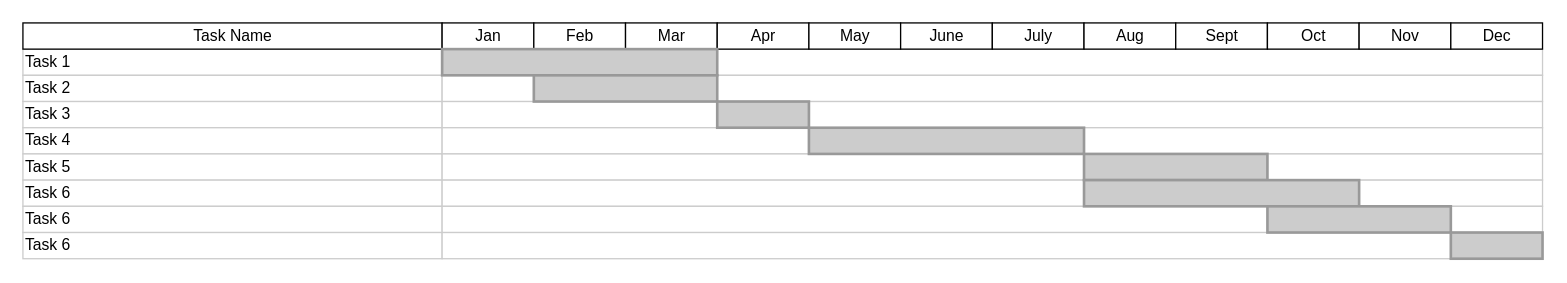
Above: SRM/TeamProject/Assets/Gantt.drawio in MCollins87/MSC_EnterpriseIT (draw.io), before the change. Source tidied: cells renumbered, new cells numbered last; positions are measured from the earlier drawing's top-left corner, leaving out a move shared by most shapes. Both pictures are drawn from the tidied source at 131%, with x=0, y=0 at pixel (22, 22).
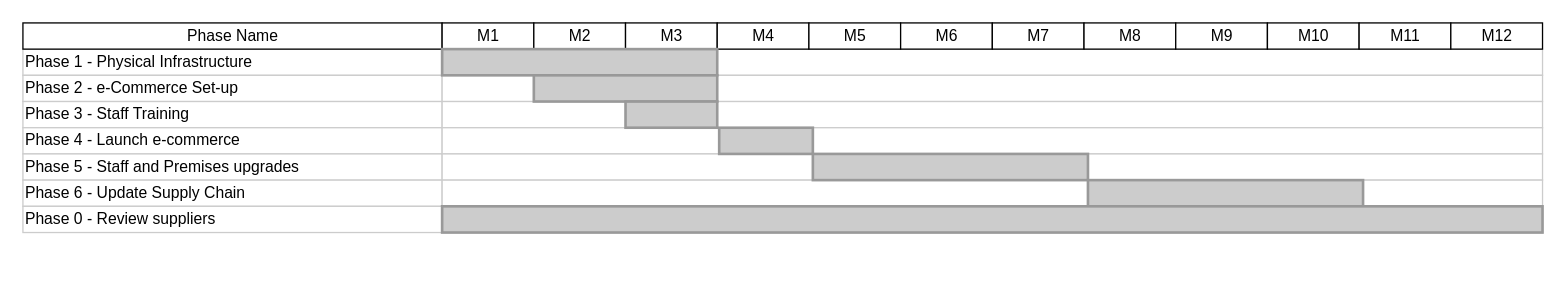
Above is the later version.

The edit, as a diff of the source:
```diff
@@
-    <mxCell id="2" value="Task 1" style="align=left;strokeColor=#CCCCCC;html=1;" parent="1" vertex="1">
+    <mxCell id="2" value="Phase 1 - Physical Infrastructure" style="align=left;strokeColor=#CCCCCC;html=1;" parent="1" vertex="1">
       <mxGeometry y="20" width="320" height="20" as="geometry" />
     </mxCell>
-    <mxCell id="3" value="Task 2" style="align=left;strokeColor=#CCCCCC;html=1;" parent="1" vertex="1">
+    <mxCell id="3" value="Phase 2 - e-Commerce Set-up" style="align=left;strokeColor=#CCCCCC;html=1;" parent="1" vertex="1">
       <mxGeometry y="40" width="320" height="20" as="geometry" />
     </mxCell>
-    <mxCell id="4" value="Task 3" style="align=left;strokeColor=#CCCCCC;html=1;" parent="1" vertex="1">
+    <mxCell id="4" value="Phase 3 - Staff Training" style="align=left;strokeColor=#CCCCCC;html=1;" parent="1" vertex="1">
       <mxGeometry y="60" width="320" height="20" as="geometry" />
     </mxCell>
-    <mxCell id="5" value="Task 4" style="align=left;strokeColor=#CCCCCC;html=1;" parent="1" vertex="1">
+    <mxCell id="5" value="Phase 4 - Launch e-commerce&amp;nbsp;" style="align=left;strokeColor=#CCCCCC;html=1;" parent="1" vertex="1">
       <mxGeometry y="80" width="320" height="20" as="geometry" />
     </mxCell>
-    <mxCell id="6" value="Task 5" style="align=left;strokeColor=#CCCCCC;html=1;" parent="1" vertex="1">
+    <mxCell id="6" value="Phase 5 - Staff and Premises upgrades" style="align=left;strokeColor=#CCCCCC;html=1;" parent="1" vertex="1">
       <mxGeometry y="100" width="320" height="20" as="geometry" />
     </mxCell>
-    <mxCell id="7" value="Task 6" style="align=left;strokeColor=#CCCCCC;html=1;" parent="1" vertex="1">
+    <mxCell id="7" value="Phase 6 - Update Supply Chain" style="align=left;strokeColor=#CCCCCC;html=1;" parent="1" vertex="1">
       <mxGeometry y="120" width="320" height="20" as="geometry" />
     </mxCell>
-    <mxCell id="8" value="Task Name" style="strokeWidth=1;fontStyle=0;html=1;" parent="1" vertex="1">
+    <mxCell id="8" value="Phase Name" style="strokeWidth=1;fontStyle=0;html=1;" parent="1" vertex="1">
       <mxGeometry width="320" height="20" as="geometry" />
     </mxCell>
-    <mxCell id="9" value="Task 6" style="align=left;strokeColor=#CCCCCC;html=1;" parent="1" vertex="1">
+    <mxCell id="9" value="Phase 0 - Review suppliers" style="align=left;strokeColor=#CCCCCC;html=1;" parent="1" vertex="1">
       <mxGeometry y="140" width="320" height="20" as="geometry" />
     </mxCell>
-    <mxCell id="10" value="Task 6" style="align=left;strokeColor=#CCCCCC;html=1;" parent="1" vertex="1">
-      <mxGeometry y="160" width="320" height="20" as="geometry" />
-    </mxCell>
@@
-    <mxCell id="12" value="Jan" style="strokeWidth=1;fontStyle=0;html=1;" parent="1" vertex="1">
+    <mxCell id="12" value="M1" style="strokeWidth=1;fontStyle=0;html=1;" parent="1" vertex="1">
       <mxGeometry x="320" width="70" height="20" as="geometry" />
     </mxCell>
-    <mxCell id="13" value="Feb" style="strokeWidth=1;fontStyle=0;html=1;" parent="1" vertex="1">
+    <mxCell id="13" value="M2" style="strokeWidth=1;fontStyle=0;html=1;" parent="1" vertex="1">
       <mxGeometry x="390" width="70" height="20" as="geometry" />
     </mxCell>
-    <mxCell id="14" value="Mar" style="strokeWidth=1;fontStyle=0;html=1;" parent="1" vertex="1">
+    <mxCell id="14" value="M3" style="strokeWidth=1;fontStyle=0;html=1;" parent="1" vertex="1">
       <mxGeometry x="460" width="70" height="20" as="geometry" />
     </mxCell>
-    <mxCell id="15" value="Apr" style="strokeWidth=1;fontStyle=0;html=1;" parent="1" vertex="1">
+    <mxCell id="15" value="M4" style="strokeWidth=1;fontStyle=0;html=1;" parent="1" vertex="1">
       <mxGeometry x="530" width="70" height="20" as="geometry" />
     </mxCell>
-    <mxCell id="16" value="May" style="strokeWidth=1;fontStyle=0;html=1;" parent="1" vertex="1">
+    <mxCell id="16" value="M5" style="strokeWidth=1;fontStyle=0;html=1;" parent="1" vertex="1">
       <mxGeometry x="600" width="70" height="20" as="geometry" />
     </mxCell>
-    <mxCell id="17" value="June" style="strokeWidth=1;fontStyle=0;html=1;" parent="1" vertex="1">
+    <mxCell id="17" value="M6" style="strokeWidth=1;fontStyle=0;html=1;" parent="1" vertex="1">
       <mxGeometry x="670" width="70" height="20" as="geometry" />
     </mxCell>
-    <mxCell id="18" value="July" style="strokeWidth=1;fontStyle=0;html=1;" parent="1" vertex="1">
+    <mxCell id="18" value="M7" style="strokeWidth=1;fontStyle=0;html=1;" parent="1" vertex="1">
       <mxGeometry x="740" width="70" height="20" as="geometry" />
     </mxCell>
-    <mxCell id="19" value="Aug" style="strokeWidth=1;fontStyle=0;html=1;" parent="1" vertex="1">
+    <mxCell id="19" value="M8" style="strokeWidth=1;fontStyle=0;html=1;" parent="1" vertex="1">
       <mxGeometry x="810" width="70" height="20" as="geometry" />
     </mxCell>
-    <mxCell id="20" value="Sept" style="strokeWidth=1;fontStyle=0;html=1;" parent="1" vertex="1">
+    <mxCell id="20" value="M9" style="strokeWidth=1;fontStyle=0;html=1;" parent="1" vertex="1">
       <mxGeometry x="880" width="70" height="20" as="geometry" />
     </mxCell>
-    <mxCell id="21" value="Oct" style="strokeWidth=1;fontStyle=0;html=1;" parent="1" vertex="1">
+    <mxCell id="21" value="M10" style="strokeWidth=1;fontStyle=0;html=1;" parent="1" vertex="1">
       <mxGeometry x="950" width="70" height="20" as="geometry" />
     </mxCell>
-    <mxCell id="22" value="Nov" style="strokeWidth=1;fontStyle=0;html=1;" parent="1" vertex="1">
+    <mxCell id="22" value="M11" style="strokeWidth=1;fontStyle=0;html=1;" parent="1" vertex="1">
       <mxGeometry x="1020" width="70" height="20" as="geometry" />
     </mxCell>
-    <mxCell id="23" value="Dec" style="strokeWidth=1;fontStyle=0;html=1;" parent="1" vertex="1">
+    <mxCell id="23" value="M12" style="strokeWidth=1;fontStyle=0;html=1;" parent="1" vertex="1">
       <mxGeometry x="1090" width="70" height="20" as="geometry" />
     </mxCell>
@@
-    <mxCell id="30" style="align=left;strokeColor=#CCCCCC;html=1;" parent="1" vertex="1">
-      <mxGeometry x="320" y="160" width="840" height="20" as="geometry" />
-    </mxCell>
@@
     <mxCell id="33" style="whiteSpace=wrap;html=1;strokeWidth=2;fillColor=#CCCCCC;gradientColor=none;fontSize=14;align=center;strokeColor=#999999;" parent="1" vertex="1">
-      <mxGeometry x="530" y="60" width="70" height="20" as="geometry" />
+      <mxGeometry x="460" y="60" width="70" height="20" as="geometry" />
     </mxCell>
     <mxCell id="34" style="whiteSpace=wrap;html=1;strokeWidth=2;fillColor=#CCCCCC;gradientColor=none;fontSize=14;align=center;strokeColor=#999999;" parent="1" vertex="1">
-      <mxGeometry x="600" y="80" width="210" height="20" as="geometry" />
+      <mxGeometry x="531.5" y="80" width="71.5" height="20" as="geometry" />
     </mxCell>
     <mxCell id="35" style="whiteSpace=wrap;html=1;strokeWidth=2;fillColor=#CCCCCC;gradientColor=none;fontSize=14;align=center;strokeColor=#999999;" parent="1" vertex="1">
-      <mxGeometry x="810" y="100" width="140" height="20" as="geometry" />
+      <mxGeometry x="603" y="100" width="210" height="20" as="geometry" />
     </mxCell>
     <mxCell id="36" style="whiteSpace=wrap;html=1;strokeWidth=2;fillColor=#CCCCCC;gradientColor=none;fontSize=14;align=center;strokeColor=#999999;" parent="1" vertex="1">
-      <mxGeometry x="810" y="120" width="210" height="20" as="geometry" />
+      <mxGeometry x="813" y="120" width="210" height="20" as="geometry" />
     </mxCell>
     <mxCell id="37" style="whiteSpace=wrap;html=1;strokeWidth=2;fillColor=#CCCCCC;gradientColor=none;fontSize=14;align=center;strokeColor=#999999;" parent="1" vertex="1">
-      <mxGeometry x="950" y="140" width="140" height="20" as="geometry" />
+      <mxGeometry x="320" y="140" width="840" height="20" as="geometry" />
     </mxCell>
-    <mxCell id="38" style="whiteSpace=wrap;html=1;strokeWidth=2;fillColor=#CCCCCC;gradientColor=none;fontSize=14;align=center;strokeColor=#999999;" parent="1" vertex="1">
-      <mxGeometry x="1090" y="160" width="70" height="20" as="geometry" />
-    </mxCell>
```
